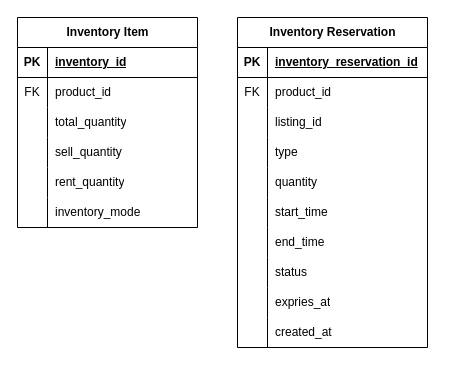
Naodab/Second_Life keeps this draw.io diagram as page "inventoryservice" (6 of 8) of diagrams/databases/erd.drawio. Above is the earlier version. Source tidied: cells renumbered, new cells numbered last; positions are measured from the earlier drawing's top-left corner, leaving out a move shared by most shapes. Both pictures are drawn from the tidied source at 100%, with x=0, y=0 at pixel (17, 17).
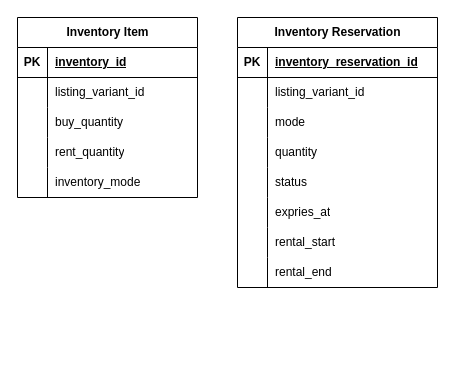
After the change.

Unchanged cells that the change refers to:
```xml
<mxCell id="6" style="shape=tableRow;horizontal=0;startSize=0;swimlaneHead=0;swimlaneBody=0;fillColor=none;top=0;left=0;right=0;bottom=0;" parent="2" vertex="1">
  <mxGeometry y="60" width="180" height="30" as="geometry" />
</mxCell>
<mxCell id="9" style="shape=tableRow;horizontal=0;startSize=0;swimlaneHead=0;swimlaneBody=0;fillColor=none;top=0;left=0;right=0;bottom=0;" parent="2" vertex="1">
  <mxGeometry y="90" width="180" height="30" as="geometry" />
</mxCell>
```

The edit, as a diff of the source:
```diff
@@
     <mxCell id="2" value="Inventory Item" style="shape=table;startSize=30;childLayout=tableLayout;rowLines=0;fontStyle=1;align=center;html=1;" parent="1" vertex="1">
-      <mxGeometry width="180" height="210" as="geometry" />
+      <mxGeometry width="180" height="180" as="geometry" />
     </mxCell>
@@
-    <mxCell id="7" value="FK" style="shape=partialRectangle;fillColor=none;top=0;left=0;bottom=0;right=0;overflow=hidden;whiteSpace=wrap;html=1;" parent="6" vertex="1">
+    <mxCell id="7" style="shape=partialRectangle;fillColor=none;top=0;left=0;bottom=0;right=0;overflow=hidden;whiteSpace=wrap;html=1;" parent="6" vertex="1">
       <mxGeometry width="30" height="30" as="geometry" />
     </mxCell>
-    <mxCell id="8" value="product_id" style="shape=partialRectangle;fillColor=none;top=0;left=0;bottom=0;right=0;align=left;spacingLeft=6;overflow=hidden;whiteSpace=wrap;html=1;" parent="6" vertex="1">
+    <mxCell id="8" value="listing_variant_id" style="shape=partialRectangle;fillColor=none;top=0;left=0;bottom=0;right=0;align=left;spacingLeft=6;overflow=hidden;whiteSpace=wrap;html=1;" parent="6" vertex="1">
       <mxGeometry x="30" width="150" height="30" as="geometry" />
     </mxCell>
@@
-    <mxCell id="11" value="total_quantity" style="shape=partialRectangle;fillColor=none;top=0;left=0;bottom=0;right=0;align=left;spacingLeft=6;overflow=hidden;whiteSpace=wrap;html=1;" parent="9" vertex="1">
+    <mxCell id="11" value="buy_quantity" style="shape=partialRectangle;fillColor=none;top=0;left=0;bottom=0;right=0;align=left;spacingLeft=6;overflow=hidden;whiteSpace=wrap;html=1;" parent="9" vertex="1">
       <mxGeometry x="30" width="150" height="30" as="geometry" />
     </mxCell>
-    <mxCell id="12" style="shape=tableRow;horizontal=0;startSize=0;swimlaneHead=0;swimlaneBody=0;fillColor=none;top=0;left=0;right=0;bottom=0;" parent="2" vertex="1">
-      <mxGeometry y="120" width="180" height="30" as="geometry" />
-    </mxCell>
-    <mxCell id="13" style="shape=partialRectangle;fillColor=none;top=0;left=0;bottom=0;right=0;overflow=hidden;whiteSpace=wrap;html=1;" parent="12" vertex="1">
-      <mxGeometry width="30" height="30" as="geometry" />
-    </mxCell>
-    <mxCell id="14" value="sell_quantity" style="shape=partialRectangle;fillColor=none;top=0;left=0;bottom=0;right=0;align=left;spacingLeft=6;overflow=hidden;whiteSpace=wrap;html=1;" parent="12" vertex="1">
-      <mxGeometry x="30" width="150" height="30" as="geometry" />
-    </mxCell>
     <mxCell id="15" style="shape=tableRow;horizontal=0;startSize=0;swimlaneHead=0;swimlaneBody=0;fillColor=none;top=0;left=0;right=0;bottom=0;" parent="2" vertex="1">
-      <mxGeometry y="150" width="180" height="30" as="geometry" />
+      <mxGeometry y="120" width="180" height="30" as="geometry" />
     </mxCell>
@@
     <mxCell id="18" style="shape=tableRow;horizontal=0;startSize=0;swimlaneHead=0;swimlaneBody=0;fillColor=none;top=0;left=0;right=0;bottom=0;" parent="2" vertex="1">
-      <mxGeometry y="180" width="180" height="30" as="geometry" />
+      <mxGeometry y="150" width="180" height="30" as="geometry" />
     </mxCell>
@@
     <mxCell id="21" value="Inventory Reservation" style="shape=table;startSize=30;childLayout=tableLayout;rowLines=0;fontStyle=1;align=center;html=1;" parent="1" vertex="1">
-      <mxGeometry x="220" width="190" height="330" as="geometry" />
+      <mxGeometry x="220" width="200" height="270" as="geometry" />
     </mxCell>
-    <mxCell id="22" style="shape=tableRow;horizontal=0;startSize=0;swimlaneHead=0;swimlaneBody=0;fillColor=none;top=0;left=0;right=0;bottom=1;" parent="21" vertex="1">
-      <mxGeometry y="30" width="190" height="30" as="geometry" />
-    </mxCell>
+    <mxCell id="52" style="shape=tableRow;horizontal=0;startSize=0;swimlaneHead=0;swimlaneBody=0;fillColor=none;top=0;left=0;right=0;bottom=1;" parent="21" vertex="1">
+      <mxGeometry y="30" width="200" height="30" as="geometry" />
+    </mxCell>
-    <mxCell id="23" value="PK" style="shape=partialRectangle;fillColor=none;top=0;left=0;bottom=0;right=0;fontStyle=1;overflow=hidden;whiteSpace=wrap;html=1;" parent="22" vertex="1">
+    <mxCell id="23" value="PK" style="shape=partialRectangle;fillColor=none;top=0;left=0;bottom=0;right=0;fontStyle=1;overflow=hidden;whiteSpace=wrap;html=1;" parent="52" vertex="1">
       <mxGeometry width="30" height="30" as="geometry" />
     </mxCell>
-    <mxCell id="24" value="inventory_reservation_id" style="shape=partialRectangle;fillColor=none;top=0;left=0;bottom=0;right=0;align=left;spacingLeft=6;fontStyle=5;overflow=hidden;whiteSpace=wrap;html=1;" parent="22" vertex="1">
-      <mxGeometry x="30" width="160" height="30" as="geometry" />
+    <mxCell id="24" value="inventory_reservation_id" style="shape=partialRectangle;fillColor=none;top=0;left=0;bottom=0;right=0;align=left;spacingLeft=6;fontStyle=5;overflow=hidden;whiteSpace=wrap;html=1;" parent="52" vertex="1">
+      <mxGeometry x="30" width="170" height="30" as="geometry" />
     </mxCell>
-    <mxCell id="25" style="shape=tableRow;horizontal=0;startSize=0;swimlaneHead=0;swimlaneBody=0;fillColor=none;top=0;left=0;right=0;bottom=0;" parent="21" vertex="1">
-      <mxGeometry y="60" width="190" height="30" as="geometry" />
-    </mxCell>
-    <mxCell id="26" value="FK" style="shape=partialRectangle;fillColor=none;top=0;left=0;bottom=0;right=0;overflow=hidden;whiteSpace=wrap;html=1;" parent="25" vertex="1">
-      <mxGeometry width="30" height="30" as="geometry" />
-    </mxCell>
-    <mxCell id="27" value="product_id" style="shape=partialRectangle;fillColor=none;top=0;left=0;bottom=0;right=0;align=left;spacingLeft=6;overflow=hidden;whiteSpace=wrap;html=1;" parent="25" vertex="1">
-      <mxGeometry x="30" width="160" height="30" as="geometry" />
-    </mxCell>
-    <mxCell id="28" style="shape=tableRow;horizontal=0;startSize=0;swimlaneHead=0;swimlaneBody=0;fillColor=none;top=0;left=0;right=0;bottom=0;" parent="21" vertex="1">
-      <mxGeometry y="90" width="190" height="30" as="geometry" />
-    </mxCell>
-    <mxCell id="29" style="shape=partialRectangle;fillColor=none;top=0;left=0;bottom=0;right=0;overflow=hidden;whiteSpace=wrap;html=1;" parent="28" vertex="1">
-      <mxGeometry width="30" height="30" as="geometry" />
-    </mxCell>
-    <mxCell id="30" value="listing_id" style="shape=partialRectangle;fillColor=none;top=0;left=0;bottom=0;right=0;align=left;spacingLeft=6;overflow=hidden;whiteSpace=wrap;html=1;" parent="28" vertex="1">
-      <mxGeometry x="30" width="160" height="30" as="geometry" />
-    </mxCell>
-    <mxCell id="31" style="shape=tableRow;horizontal=0;startSize=0;swimlaneHead=0;swimlaneBody=0;fillColor=none;top=0;left=0;right=0;bottom=0;" parent="21" vertex="1">
-      <mxGeometry y="120" width="190" height="30" as="geometry" />
-    </mxCell>
-    <mxCell id="32" style="shape=partialRectangle;fillColor=none;top=0;left=0;bottom=0;right=0;overflow=hidden;whiteSpace=wrap;html=1;" parent="31" vertex="1">
-      <mxGeometry width="30" height="30" as="geometry" />
-    </mxCell>
-    <mxCell id="33" value="type" style="shape=partialRectangle;fillColor=none;top=0;left=0;bottom=0;right=0;align=left;spacingLeft=6;overflow=hidden;whiteSpace=wrap;html=1;" parent="31" vertex="1">
-      <mxGeometry x="30" width="160" height="30" as="geometry" />
-    </mxCell>
-    <mxCell id="34" style="shape=tableRow;horizontal=0;startSize=0;swimlaneHead=0;swimlaneBody=0;fillColor=none;top=0;left=0;right=0;bottom=0;" parent="21" vertex="1">
-      <mxGeometry y="150" width="190" height="30" as="geometry" />
-    </mxCell>
-    <mxCell id="35" style="shape=partialRectangle;fillColor=none;top=0;left=0;bottom=0;right=0;overflow=hidden;whiteSpace=wrap;html=1;" parent="34" vertex="1">
-      <mxGeometry width="30" height="30" as="geometry" />
-    </mxCell>
+    <mxCell id="53" style="shape=tableRow;horizontal=0;startSize=0;swimlaneHead=0;swimlaneBody=0;fillColor=none;top=0;left=0;right=0;bottom=0;" parent="21" vertex="1">
+      <mxGeometry y="60" width="200" height="30" as="geometry" />
+    </mxCell>
+    <mxCell id="54" style="shape=partialRectangle;fillColor=none;top=0;left=0;bottom=0;right=0;overflow=hidden;whiteSpace=wrap;html=1;" parent="53" vertex="1">
+      <mxGeometry width="30" height="30" as="geometry" />
+    </mxCell>
+    <mxCell id="55" value="listing_variant_id" style="shape=partialRectangle;fillColor=none;top=0;left=0;bottom=0;right=0;align=left;spacingLeft=6;overflow=hidden;whiteSpace=wrap;html=1;" parent="53" vertex="1">
+      <mxGeometry x="30" width="170" height="30" as="geometry" />
+    </mxCell>
+    <mxCell id="56" style="shape=tableRow;horizontal=0;startSize=0;swimlaneHead=0;swimlaneBody=0;fillColor=none;top=0;left=0;right=0;bottom=0;" parent="21" vertex="1">
+      <mxGeometry y="90" width="200" height="30" as="geometry" />
+    </mxCell>
+    <mxCell id="57" style="shape=partialRectangle;fillColor=none;top=0;left=0;bottom=0;right=0;overflow=hidden;whiteSpace=wrap;html=1;" parent="56" vertex="1">
+      <mxGeometry width="30" height="30" as="geometry" />
+    </mxCell>
+    <mxCell id="58" value="mode" style="shape=partialRectangle;fillColor=none;top=0;left=0;bottom=0;right=0;align=left;spacingLeft=6;overflow=hidden;whiteSpace=wrap;html=1;" parent="56" vertex="1">
+      <mxGeometry x="30" width="170" height="30" as="geometry" />
+    </mxCell>
+    <mxCell id="59" style="shape=tableRow;horizontal=0;startSize=0;swimlaneHead=0;swimlaneBody=0;fillColor=none;top=0;left=0;right=0;bottom=0;" parent="21" vertex="1">
+      <mxGeometry y="120" width="200" height="30" as="geometry" />
+    </mxCell>
+    <mxCell id="60" style="shape=partialRectangle;fillColor=none;top=0;left=0;bottom=0;right=0;overflow=hidden;whiteSpace=wrap;html=1;" parent="59" vertex="1">
+      <mxGeometry width="30" height="30" as="geometry" />
+    </mxCell>
-    <mxCell id="36" value="quantity" style="shape=partialRectangle;fillColor=none;top=0;left=0;bottom=0;right=0;align=left;spacingLeft=6;overflow=hidden;whiteSpace=wrap;html=1;" parent="34" vertex="1">
-      <mxGeometry x="30" width="160" height="30" as="geometry" />
+    <mxCell id="36" value="quantity" style="shape=partialRectangle;fillColor=none;top=0;left=0;bottom=0;right=0;align=left;spacingLeft=6;overflow=hidden;whiteSpace=wrap;html=1;" parent="59" vertex="1">
+      <mxGeometry x="30" width="170" height="30" as="geometry" />
     </mxCell>
-    <mxCell id="37" style="shape=tableRow;horizontal=0;startSize=0;swimlaneHead=0;swimlaneBody=0;fillColor=none;top=0;left=0;right=0;bottom=0;" parent="21" vertex="1">
-      <mxGeometry y="180" width="190" height="30" as="geometry" />
-    </mxCell>
-    <mxCell id="38" style="shape=partialRectangle;fillColor=none;top=0;left=0;bottom=0;right=0;overflow=hidden;whiteSpace=wrap;html=1;" parent="37" vertex="1">
-      <mxGeometry width="30" height="30" as="geometry" />
-    </mxCell>
-    <mxCell id="39" value="start_time" style="shape=partialRectangle;fillColor=none;top=0;left=0;bottom=0;right=0;align=left;spacingLeft=6;overflow=hidden;whiteSpace=wrap;html=1;" parent="37" vertex="1">
-      <mxGeometry x="30" width="160" height="30" as="geometry" />
-    </mxCell>
-    <mxCell id="40" style="shape=tableRow;horizontal=0;startSize=0;swimlaneHead=0;swimlaneBody=0;fillColor=none;top=0;left=0;right=0;bottom=0;" parent="21" vertex="1">
-      <mxGeometry y="210" width="190" height="30" as="geometry" />
-    </mxCell>
-    <mxCell id="41" style="shape=partialRectangle;fillColor=none;top=0;left=0;bottom=0;right=0;overflow=hidden;whiteSpace=wrap;html=1;" parent="40" vertex="1">
-      <mxGeometry width="30" height="30" as="geometry" />
-    </mxCell>
-    <mxCell id="42" value="end_time" style="shape=partialRectangle;fillColor=none;top=0;left=0;bottom=0;right=0;align=left;spacingLeft=6;overflow=hidden;whiteSpace=wrap;html=1;" parent="40" vertex="1">
-      <mxGeometry x="30" width="160" height="30" as="geometry" />
-    </mxCell>
-    <mxCell id="43" style="shape=tableRow;horizontal=0;startSize=0;swimlaneHead=0;swimlaneBody=0;fillColor=none;top=0;left=0;right=0;bottom=0;" parent="21" vertex="1">
-      <mxGeometry y="240" width="190" height="30" as="geometry" />
-    </mxCell>
-    <mxCell id="44" style="shape=partialRectangle;fillColor=none;top=0;left=0;bottom=0;right=0;overflow=hidden;whiteSpace=wrap;html=1;" parent="43" vertex="1">
-      <mxGeometry width="30" height="30" as="geometry" />
-    </mxCell>
+    <mxCell id="61" style="shape=tableRow;horizontal=0;startSize=0;swimlaneHead=0;swimlaneBody=0;fillColor=none;top=0;left=0;right=0;bottom=0;" parent="21" vertex="1">
+      <mxGeometry y="150" width="200" height="30" as="geometry" />
+    </mxCell>
+    <mxCell id="62" style="shape=partialRectangle;fillColor=none;top=0;left=0;bottom=0;right=0;overflow=hidden;whiteSpace=wrap;html=1;" parent="61" vertex="1">
+      <mxGeometry width="30" height="30" as="geometry" />
+    </mxCell>
-    <mxCell id="45" value="status" style="shape=partialRectangle;fillColor=none;top=0;left=0;bottom=0;right=0;align=left;spacingLeft=6;overflow=hidden;whiteSpace=wrap;html=1;" parent="43" vertex="1">
-      <mxGeometry x="30" width="160" height="30" as="geometry" />
+    <mxCell id="45" value="status" style="shape=partialRectangle;fillColor=none;top=0;left=0;bottom=0;right=0;align=left;spacingLeft=6;overflow=hidden;whiteSpace=wrap;html=1;" parent="61" vertex="1">
+      <mxGeometry x="30" width="170" height="30" as="geometry" />
     </mxCell>
-    <mxCell id="46" style="shape=tableRow;horizontal=0;startSize=0;swimlaneHead=0;swimlaneBody=0;fillColor=none;top=0;left=0;right=0;bottom=0;" parent="21" vertex="1">
-      <mxGeometry y="270" width="190" height="30" as="geometry" />
-    </mxCell>
-    <mxCell id="47" style="shape=partialRectangle;fillColor=none;top=0;left=0;bottom=0;right=0;overflow=hidden;whiteSpace=wrap;html=1;" parent="46" vertex="1">
-      <mxGeometry width="30" height="30" as="geometry" />
-    </mxCell>
+    <mxCell id="63" style="shape=tableRow;horizontal=0;startSize=0;swimlaneHead=0;swimlaneBody=0;fillColor=none;top=0;left=0;right=0;bottom=0;" parent="21" vertex="1">
+      <mxGeometry y="180" width="200" height="30" as="geometry" />
+    </mxCell>
+    <mxCell id="64" style="shape=partialRectangle;fillColor=none;top=0;left=0;bottom=0;right=0;overflow=hidden;whiteSpace=wrap;html=1;" parent="63" vertex="1">
+      <mxGeometry width="30" height="30" as="geometry" />
+    </mxCell>
-    <mxCell id="48" value="expries_at" style="shape=partialRectangle;fillColor=none;top=0;left=0;bottom=0;right=0;align=left;spacingLeft=6;overflow=hidden;whiteSpace=wrap;html=1;" parent="46" vertex="1">
-      <mxGeometry x="30" width="160" height="30" as="geometry" />
+    <mxCell id="48" value="expries_at" style="shape=partialRectangle;fillColor=none;top=0;left=0;bottom=0;right=0;align=left;spacingLeft=6;overflow=hidden;whiteSpace=wrap;html=1;" parent="63" vertex="1">
+      <mxGeometry x="30" width="170" height="30" as="geometry" />
     </mxCell>
-    <mxCell id="49" style="shape=tableRow;horizontal=0;startSize=0;swimlaneHead=0;swimlaneBody=0;fillColor=none;top=0;left=0;right=0;bottom=0;" parent="21" vertex="1">
-      <mxGeometry y="300" width="190" height="30" as="geometry" />
-    </mxCell>
-    <mxCell id="50" style="shape=partialRectangle;fillColor=none;top=0;left=0;bottom=0;right=0;overflow=hidden;whiteSpace=wrap;html=1;" parent="49" vertex="1">
-      <mxGeometry width="30" height="30" as="geometry" />
-    </mxCell>
-    <mxCell id="51" value="created_at" style="shape=partialRectangle;fillColor=none;top=0;left=0;bottom=0;right=0;align=left;spacingLeft=6;overflow=hidden;whiteSpace=wrap;html=1;" parent="49" vertex="1">
-      <mxGeometry x="30" width="160" height="30" as="geometry" />
-    </mxCell>
+    <mxCell id="65" style="shape=tableRow;horizontal=0;startSize=0;swimlaneHead=0;swimlaneBody=0;fillColor=none;top=0;left=0;right=0;bottom=0;" parent="21" vertex="1">
+      <mxGeometry y="210" width="200" height="30" as="geometry" />
+    </mxCell>
+    <mxCell id="66" style="shape=partialRectangle;fillColor=none;top=0;left=0;bottom=0;right=0;overflow=hidden;whiteSpace=wrap;html=1;" parent="65" vertex="1">
+      <mxGeometry width="30" height="30" as="geometry" />
+    </mxCell>
+    <mxCell id="67" value="rental_start" style="shape=partialRectangle;fillColor=none;top=0;left=0;bottom=0;right=0;align=left;spacingLeft=6;overflow=hidden;whiteSpace=wrap;html=1;" parent="65" vertex="1">
+      <mxGeometry x="30" width="170" height="30" as="geometry" />
+    </mxCell>
+    <mxCell id="68" style="shape=tableRow;horizontal=0;startSize=0;swimlaneHead=0;swimlaneBody=0;fillColor=none;top=0;left=0;right=0;bottom=0;" parent="21" vertex="1">
+      <mxGeometry y="240" width="200" height="30" as="geometry" />
+    </mxCell>
+    <mxCell id="69" style="shape=partialRectangle;fillColor=none;top=0;left=0;bottom=0;right=0;overflow=hidden;whiteSpace=wrap;html=1;" parent="68" vertex="1">
+      <mxGeometry width="30" height="30" as="geometry" />
+    </mxCell>
+    <mxCell id="70" value="rental_end" style="shape=partialRectangle;fillColor=none;top=0;left=0;bottom=0;right=0;align=left;spacingLeft=6;overflow=hidden;whiteSpace=wrap;html=1;" parent="68" vertex="1">
+      <mxGeometry x="30" width="170" height="30" as="geometry" />
+    </mxCell>
```
